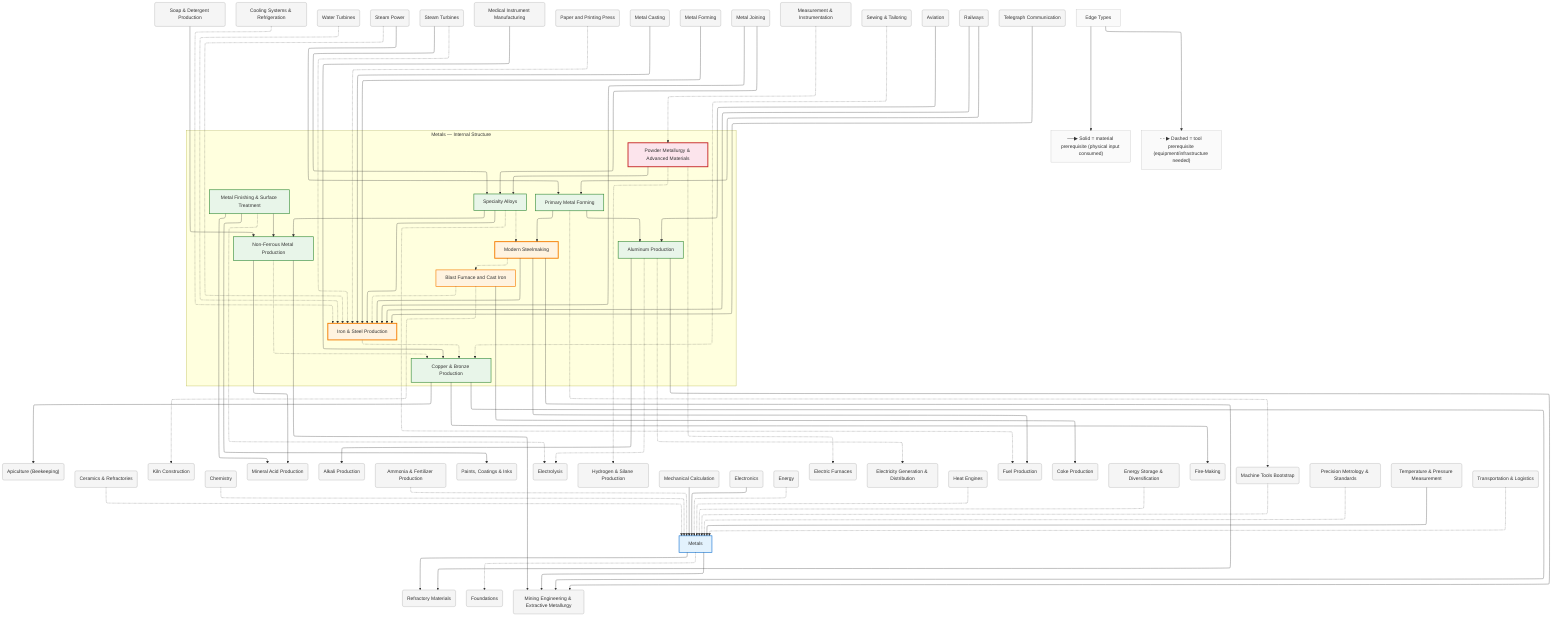
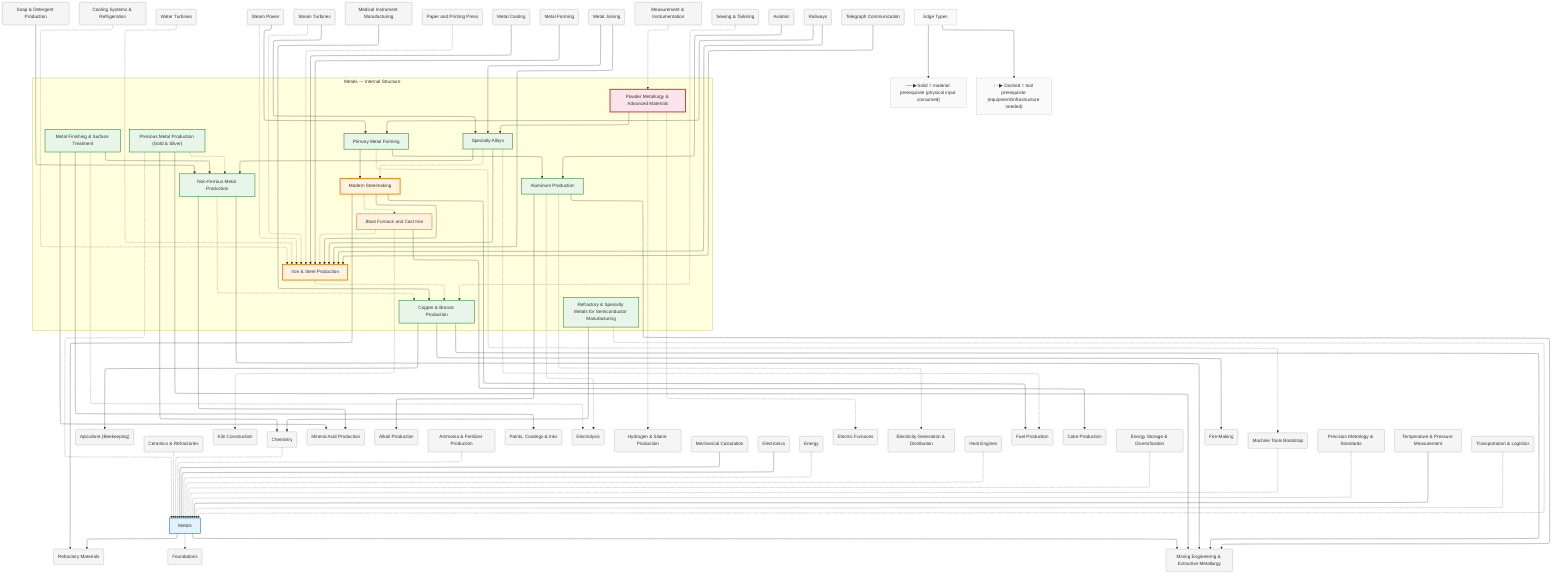
%%{init: {"flowchart": {"defaultRenderer": "elk", "htmlLabels": true}}}%%
graph TD
    %% Domain: Metals

    %% ==================== INTERNAL NODES ====================
    subgraph metals_internal ["Metals — Internal Structure"]
        direction TB
        metals_copper-bronze["Copper & Bronze Production"]
        metals_iron-steel["Iron & Steel Production"]
        metals_iron-steel_blast-furnace["Blast Furnace and Cast Iron"]
        metals_steelmaking["Modern Steelmaking"]
        metals_aluminum["Aluminum Production"]
        metals_non-ferrous["Non-Ferrous Metal Production"]
        metals_alloys["Specialty Alloys"]
        metals_forming["Primary Metal Forming"]
        metals_finishing["Metal Finishing & Surface Treatment"]
        metals_powder-metallurgy["Powder Metallurgy & Advanced Materials"]
+         metals_refractory-specialty["Refractory & Specialty Metals for Semiconductor Manufacturing"]
+         metals_precious-metals["Precious Metal Production (Gold & Silver)"]
    end

    %% ==================== DOMAIN NODE ====================
    metals["Metals"]

    %% ==================== EXTERNAL DEPENDENCIES ====================
    animals_beekeeping("Apiculture (Beekeeping)")
    ceramics("Ceramics & Refractories")
    ceramics_kilns("Kiln Construction")
    chemistry("Chemistry")
    chemistry_acids("Mineral Acid Production")
    chemistry_alkalis("Alkali Production")
    chemistry_ammonia("Ammonia & Fertilizer Production")
    chemistry_coatings("Paints, Coatings & Inks")
    chemistry_electrolysis("Electrolysis")
    chemistry_hydrogen-silane("Hydrogen & Silane Production")
    chemistry_refractories("Refractory Materials")
    chemistry_soap("Soap & Detergent Production")
    computing_mechanical("Mechanical Calculation")
    electronics("Electronics")
    energy("Energy")
    energy_cooling("Cooling Systems & Refrigeration")
    energy_electric-furnaces("Electric Furnaces")
    energy_electricity("Electricity Generation & Distribution")
    energy_engine("Heat Engines")
    energy_fuels("Fuel Production")
    energy_fuels_coke("Coke Production")
    energy_gravity_water-turbines("Water Turbines")
    energy_steam-power("Steam Power")
    energy_steam-power_steam-turbines("Steam Turbines")
    energy_storage("Energy Storage & Diversification")
    foundations("Foundations")
    foundations_fire("Fire-Making")
    health_medical-instruments("Medical Instrument Manufacturing")
    knowledge_printing("Paper and Printing Press")
    machine-tools("Machine Tools Bootstrap")
    machine-tools_casting("Metal Casting")
    machine-tools_forming("Metal Forming")
    machine-tools_joining("Metal Joining")
    measurement("Measurement & Instrumentation")
    measurement_precision-metrology("Precision Metrology & Standards")
    measurement_temperature-pressure("Temperature & Pressure Measurement")
    mining("Mining Engineering & Extractive Metallurgy")
    textiles_sewing-tailoring("Sewing & Tailoring")
    transport("Transportation & Logistics")
    transport_aviation("Aviation")
    transport_railways("Railways")
    transport_telegraph("Telegraph Communication")

    %% ==================== EDGES ====================
    metals_iron-steel -.-> metals_copper-bronze
    metals_iron-steel_blast-furnace -.-> metals_iron-steel
    metals_steelmaking -.-> metals_iron-steel_blast-furnace
    metals_steelmaking --> metals_iron-steel
    metals_forming --> metals_steelmaking
    metals_alloys -.-> metals_steelmaking
    metals_non-ferrous -.-> metals_copper-bronze
    metals_alloys --> metals_non-ferrous
    metals_finishing --> metals_non-ferrous
    metals_alloys --> metals_iron-steel
    metals_forming --> metals_aluminum
    metals_powder-metallurgy --> metals_alloys
+     metals_refractory-specialty -.-> metals
+     metals_precious-metals -.-> metals
+     metals_precious-metals -.-> metals_non-ferrous
    metals -.-> foundations
    metals --> mining
    machine-tools_joining --> metals_iron-steel
    machine-tools -.-> metals
    machine-tools_casting --> metals_iron-steel
    energy -.-> metals
    energy_steam-power -.-> metals_iron-steel
    energy_cooling -.-> metals_iron-steel
    chemistry -.-> metals
    measurement_precision-metrology -.-> metals
    energy_storage -.-> metals
    ceramics -.-> metals
    transport -.-> metals
    metals_copper-bronze --> foundations_fire
    metals_copper-bronze --> mining
    machine-tools_forming --> metals_iron-steel
    computing_mechanical --> metals
    transport_railways --> metals_iron-steel
    measurement_temperature-pressure --> metals
    energy_engine -.-> metals
    energy_steam-power_steam-turbines -.-> metals_iron-steel
    energy_gravity_water-turbines -.-> metals_iron-steel
    metals_iron-steel_blast-furnace --> energy_fuels_coke
    metals_iron-steel_blast-furnace -.-> ceramics_kilns
    transport_telegraph --> metals_iron-steel
    knowledge_printing -.-> metals_iron-steel
    chemistry_ammonia -.-> metals
    metals --> chemistry_refractories
    metals_steelmaking --> chemistry_refractories
    metals_steelmaking --> energy_fuels
    metals_aluminum -.-> chemistry_electrolysis
    metals_aluminum --> chemistry_alkalis
    metals_aluminum -.-> energy_electricity
    metals_aluminum --> mining
    transport_aviation --> metals_aluminum
    metals_non-ferrous --> mining
    metals_non-ferrous --> chemistry_acids
    chemistry_soap --> metals_non-ferrous
    energy_steam-power_steam-turbines --> metals_alloys
    machine-tools_joining --> metals_alloys
    metals_forming -.-> machine-tools
    transport_railways --> metals_forming
    energy_steam-power --> metals_forming
    metals_finishing --> chemistry_acids
    metals_finishing -.-> chemistry_electrolysis
    metals_finishing --> chemistry_coatings
    metals_powder-metallurgy -.-> chemistry_hydrogen-silane
    metals_powder-metallurgy -.-> energy_electric-furnaces
    measurement -.-> metals_powder-metallurgy
    metals_alloys -.-> energy_fuels
    metals_copper-bronze --> animals_beekeeping
    textiles_sewing-tailoring -.-> metals_copper-bronze
    health_medical-instruments --> metals_copper-bronze
    electronics --> metals
+     metals_refractory-specialty --> chemistry
+     metals_precious-metals --> chemistry
+     metals_precious-metals --> mining

    %% ==================== EDGE TYPE LEGEND ====================
    EdgeLegend["Edge Types"]
    EdgeLegend --> MatNote["──▶ Solid = material prerequisite (physical input consumed)"]
    EdgeLegend --> ToolNote["- - ▶ Dashed = tool prerequisite (equipment/infrastructure needed)"]

    %% ==================== STYLING ====================
    classDef domain fill:#e3f2fd,stroke:#1976d2,stroke-width:2px
    classDef capability fill:#e8f5e9,stroke:#388e3c,stroke-width:2px
    classDef process fill:#fff3e0,stroke:#f57c00,stroke-width:2px
    classDef critical fill:#fff3e0,stroke:#f57c00,stroke-width:3px
    classDef earlyWin fill:#e8f5e9,stroke:#388e3c,stroke-width:3px
    classDef pinnacle fill:#fce4ec,stroke:#c62828,stroke-width:3px
    classDef external fill:#f5f5f5,stroke:#9e9e9e,stroke-width:1px
    classDef legend fill:#fafafa,stroke:#bdbdbd,stroke-width:1px
    class metals domain
    class metals_copper-bronze capability
    class metals_iron-steel critical
    class metals_iron-steel_blast-furnace process
    class metals_steelmaking critical
    class metals_aluminum capability
    class metals_non-ferrous capability
    class metals_alloys capability
    class metals_forming capability
    class metals_finishing capability
    class metals_powder-metallurgy pinnacle
+     class metals_refractory-specialty capability
+     class metals_precious-metals capability
    class animals_beekeeping external
    class ceramics external
    class ceramics_kilns external
    class chemistry external
    class chemistry_acids external
    class chemistry_alkalis external
    class chemistry_ammonia external
    class chemistry_coatings external
    class chemistry_electrolysis external
    class chemistry_hydrogen-silane external
    class chemistry_refractories external
    class chemistry_soap external
    class computing_mechanical external
    class electronics external
    class energy external
    class energy_cooling external
    class energy_electric-furnaces external
    class energy_electricity external
    class energy_engine external
    class energy_fuels external
    class energy_fuels_coke external
    class energy_gravity_water-turbines external
    class energy_steam-power external
    class energy_steam-power_steam-turbines external
    class energy_storage external
    class foundations external
    class foundations_fire external
    class health_medical-instruments external
    class knowledge_printing external
    class machine-tools external
    class machine-tools_casting external
    class machine-tools_forming external
    class machine-tools_joining external
    class measurement external
    class measurement_precision-metrology external
    class measurement_temperature-pressure external
    class mining external
    class textiles_sewing-tailoring external
    class transport external
    class transport_aviation external
    class transport_railways external
    class transport_telegraph external
    class EdgeLegend,MatNote,ToolNote legend
